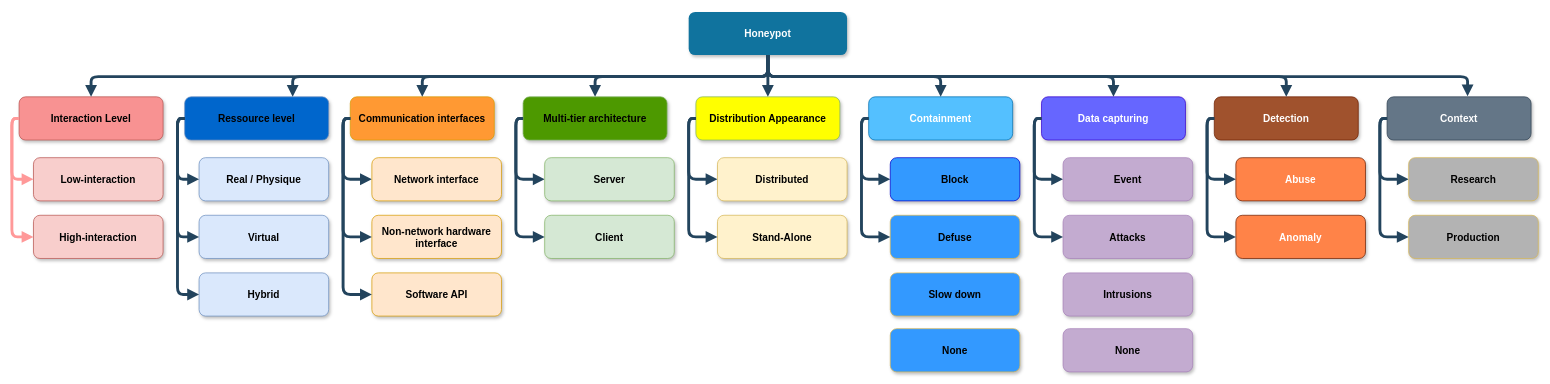
This is IMAGES/Honeypot-Characteristics.drawio from cetic/honeypot, a draw.io file, before an edit. Source tidied: cells renumbered, new cells numbered last; positions are measured from the earlier drawing's top-left corner, leaving out a move shared by most shapes. Both pictures are drawn from the tidied source at 72%, with x=0, y=0 at pixel (-68, 12).
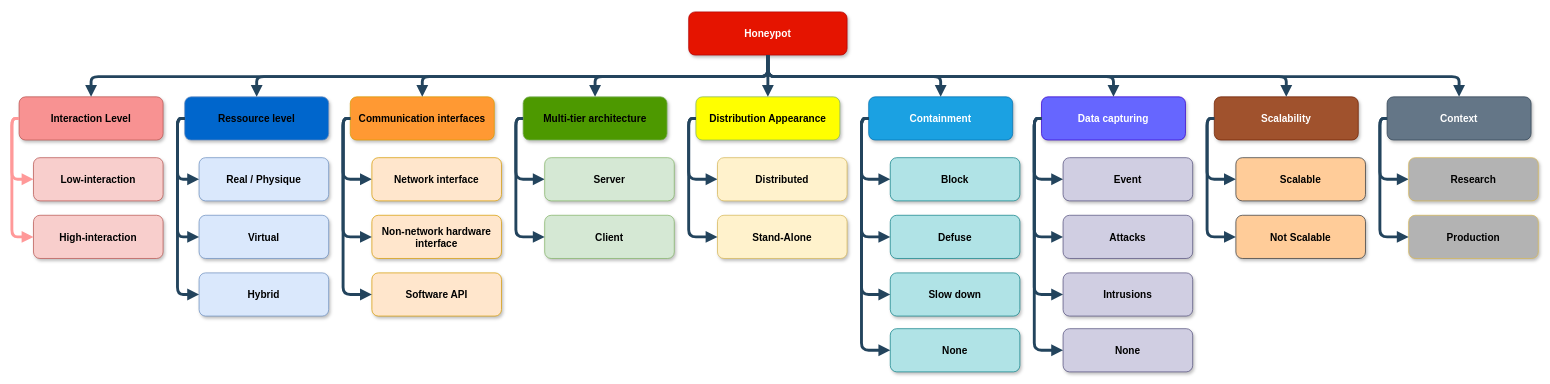
Above is the later version.

Unchanged cells that the change refers to:
```xml
<mxCell id="4" value="Ressource level" style="rounded=1;fillColor=#0066CC;strokeColor=#6c8ebf;shadow=1;fontStyle=1;fontSize=14;" parent="1" vertex="1">
  <mxGeometry x="350" y="118" width="200" height="60" as="geometry" />
</mxCell>
<mxCell id="42" value="Data capturing " style="rounded=1;fillColor=#6666FF;strokeColor=#3700CC;shadow=1;fontStyle=1;fontSize=14;fontColor=#ffffff;" parent="1" vertex="1">
  <mxGeometry x="1540" y="118" width="200" height="60" as="geometry" />
</mxCell>
<mxCell id="52" value="Context" style="rounded=1;fillColor=#647687;strokeColor=#314354;shadow=1;fontStyle=1;fontSize=14;fontColor=#ffffff;" parent="1" vertex="1">
  <mxGeometry x="2020" y="118" width="200" height="60" as="geometry" />
</mxCell>
```

Change to the diagram source:
```diff
@@
-    <mxCell id="2" value="Honeypot" style="rounded=1;fillColor=#10739E;strokeColor=none;shadow=1;gradientColor=none;fontStyle=1;fontColor=#FFFFFF;fontSize=14;" parent="1" vertex="1">
+    <mxCell id="2" value="Honeypot" style="rounded=1;fillColor=#e51400;strokeColor=#B20000;shadow=1;fontStyle=1;fontColor=#ffffff;fontSize=14;" parent="1" vertex="1">
       <mxGeometry x="1050" width="220" height="60" as="geometry" />
     </mxCell>
@@
-    <mxCell id="8" style="edgeStyle=elbowEdgeStyle;elbow=vertical;strokeWidth=4;endArrow=block;endFill=1;fontStyle=1;strokeColor=#23445D;" parent="1" edge="1" source="2" target="4">
+    <mxCell id="8" style="edgeStyle=elbowEdgeStyle;elbow=vertical;strokeWidth=4;endArrow=block;endFill=1;fontStyle=1;strokeColor=#23445D;entryX=0.5;entryY=0;entryDx=0;entryDy=0;" parent="1" edge="1" source="2" target="4">
       <mxGeometry x="22" y="165.5" as="geometry">
         <Array as="points">
           <mxPoint x="500" y="90" />
           <mxPoint x="560" y="80" />
         </Array>
       </mxGeometry>
     </mxCell>
@@
-    <mxCell id="37" value="Containment" style="rounded=1;fillColor=#54C0FF;strokeColor=#006EAF;shadow=1;fontStyle=1;fontSize=14;fontColor=#ffffff;" parent="1" vertex="1">
+    <mxCell id="37" value="Containment" style="rounded=1;fillColor=#1ba1e2;strokeColor=#006EAF;shadow=1;fontStyle=1;fontSize=14;fontColor=#ffffff;" parent="1" vertex="1">
       <mxGeometry x="1300" y="118" width="200" height="60" as="geometry" />
     </mxCell>
-    <mxCell id="38" value="Defuse" style="rounded=1;fillColor=#3399FF;strokeColor=#d6b656;shadow=1;fontStyle=1;fontSize=14;" parent="1" vertex="1">
+    <mxCell id="38" value="Defuse" style="rounded=1;fillColor=#b0e3e6;strokeColor=#0e8088;shadow=1;fontStyle=1;fontSize=14;" parent="1" vertex="1">
       <mxGeometry x="1330" y="282.5" width="180" height="60" as="geometry" />
     </mxCell>
@@
-    <mxCell id="40" value="Block" style="rounded=1;fillColor=#3399FF;strokeColor=#0000CC;shadow=1;fontStyle=1;fontSize=14;" parent="1" vertex="1">
+    <mxCell id="40" value="Block" style="rounded=1;fillColor=#b0e3e6;strokeColor=#0e8088;shadow=1;fontStyle=1;fontSize=14;" parent="1" vertex="1">
       <mxGeometry x="1330" y="202.5" width="180" height="60" as="geometry" />
     </mxCell>
@@
-    <mxCell id="43" value="Attacks" style="rounded=1;fillColor=#C3ABD0;strokeColor=#A680B8;shadow=1;fontStyle=1;fontSize=14;" parent="1" vertex="1">
+    <mxCell id="43" value="Attacks" style="rounded=1;fillColor=#d0cee2;strokeColor=#56517e;shadow=1;fontStyle=1;fontSize=14;" parent="1" vertex="1">
       <mxGeometry x="1570" y="282.5" width="180" height="60" as="geometry" />
     </mxCell>
@@
-    <mxCell id="45" value="Event" style="rounded=1;fillColor=#C3ABD0;strokeColor=#A680B8;shadow=1;fontStyle=1;fontSize=14;" parent="1" vertex="1">
+    <mxCell id="45" value="Event" style="rounded=1;fillColor=#d0cee2;strokeColor=#56517e;shadow=1;fontStyle=1;fontSize=14;" parent="1" vertex="1">
       <mxGeometry x="1570" y="202.5" width="180" height="60" as="geometry" />
     </mxCell>
@@
-    <mxCell id="47" value="Detection" style="rounded=1;fillColor=#a0522d;strokeColor=#6D1F00;shadow=1;fontStyle=1;fontSize=14;fontColor=#ffffff;" parent="1" vertex="1">
+    <mxCell id="47" value="Scalability" style="rounded=1;fillColor=#a0522d;strokeColor=#6D1F00;shadow=1;fontStyle=1;fontSize=14;fontColor=#ffffff;" parent="1" vertex="1">
       <mxGeometry x="1780" y="118" width="200" height="60" as="geometry" />
     </mxCell>
-    <mxCell id="48" value="Anomaly" style="rounded=1;fillColor=#FF8348;strokeColor=#6D1F00;shadow=1;fontStyle=1;fontSize=14;fontColor=#ffffff;" parent="1" vertex="1">
+    <mxCell id="48" value="Not Scalable" style="rounded=1;fillColor=#ffcc99;strokeColor=#36393d;shadow=1;fontStyle=1;fontSize=14;" parent="1" vertex="1">
       <mxGeometry x="1810" y="282.5" width="180" height="60" as="geometry" />
     </mxCell>
@@
-    <mxCell id="50" value="Abuse" style="rounded=1;fillColor=#FF8348;strokeColor=#6D1F00;shadow=1;fontStyle=1;fontSize=14;fontColor=#ffffff;" parent="1" vertex="1">
+    <mxCell id="50" value="Scalable" style="rounded=1;fillColor=#ffcc99;strokeColor=#36393d;shadow=1;fontStyle=1;fontSize=14;" parent="1" vertex="1">
       <mxGeometry x="1810" y="202.5" width="180" height="60" as="geometry" />
     </mxCell>
@@
-    <mxCell id="57" value="Slow down" style="rounded=1;fillColor=#3399FF;strokeColor=#d6b656;shadow=1;fontStyle=1;fontSize=14;" parent="1" vertex="1">
+    <mxCell id="57" value="Slow down" style="rounded=1;fillColor=#b0e3e6;strokeColor=#0e8088;shadow=1;fontStyle=1;fontSize=14;" parent="1" vertex="1">
       <mxGeometry x="1330" y="362.5" width="180" height="60" as="geometry" />
     </mxCell>
-    <mxCell id="58" value="None" style="rounded=1;fillColor=#3399FF;strokeColor=#d6b656;shadow=1;fontStyle=1;fontSize=14;" parent="1" vertex="1">
+    <mxCell id="58" value="None" style="rounded=1;fillColor=#b0e3e6;strokeColor=#0e8088;shadow=1;fontStyle=1;fontSize=14;" parent="1" vertex="1">
       <mxGeometry x="1330" y="440" width="180" height="60" as="geometry" />
     </mxCell>
-    <mxCell id="59" value="Intrusions" style="rounded=1;fillColor=#C3ABD0;strokeColor=#A680B8;shadow=1;fontStyle=1;fontSize=14;" parent="1" vertex="1">
+    <mxCell id="59" value="Intrusions" style="rounded=1;fillColor=#d0cee2;strokeColor=#56517e;shadow=1;fontStyle=1;fontSize=14;" parent="1" vertex="1">
       <mxGeometry x="1570" y="362.5" width="180" height="60" as="geometry" />
     </mxCell>
-    <mxCell id="60" value="None" style="rounded=1;fillColor=#C3ABD0;strokeColor=#A680B8;shadow=1;fontStyle=1;fontSize=14;" parent="1" vertex="1">
+    <mxCell id="60" value="None" style="rounded=1;fillColor=#d0cee2;strokeColor=#56517e;shadow=1;fontStyle=1;fontSize=14;" parent="1" vertex="1">
       <mxGeometry x="1570" y="440" width="180" height="60" as="geometry" />
     </mxCell>
@@
-    <mxCell id="64" style="edgeStyle=elbowEdgeStyle;elbow=vertical;strokeWidth=4;endArrow=block;endFill=1;fontStyle=1;strokeColor=#23445D;entryX=0.559;entryY=-0.013;entryDx=0;entryDy=0;exitX=0.5;exitY=1;exitDx=0;exitDy=0;entryPerimeter=0;" parent="1" edge="1" source="2" target="52">
+    <mxCell id="64" style="edgeStyle=elbowEdgeStyle;elbow=vertical;strokeWidth=4;endArrow=block;endFill=1;fontStyle=1;strokeColor=#23445D;entryX=0.5;entryY=0;entryDx=0;entryDy=0;exitX=0.5;exitY=1;exitDx=0;exitDy=0;" parent="1" edge="1" source="2" target="52">
       <mxGeometry x="82" y="225.5" as="geometry">
         <Array as="points">
           <mxPoint x="1580" y="90" />
           <mxPoint x="1250" y="120" />
           <mxPoint x="1000" y="150" />
           <mxPoint x="910" y="140" />
         </Array>
       </mxGeometry>
     </mxCell>
+    <mxCell id="65" style="edgeStyle=elbowEdgeStyle;elbow=vertical;strokeWidth=4;endArrow=block;endFill=1;fontStyle=1;strokeColor=#23445D;exitX=0;exitY=0.5;exitDx=0;exitDy=0;entryX=0;entryY=0.5;entryDx=0;entryDy=0;" parent="1" edge="1" source="42" target="59">
+      <mxGeometry x="832" y="248" as="geometry">
+        <Array as="points">
+          <mxPoint x="1530" y="300" />
+          <mxPoint x="1540" y="282.5" />
+          <mxPoint x="1550" y="202.5" />
+          <mxPoint x="1310" y="312.5" />
+          <mxPoint x="1340" y="232.5" />
+          <mxPoint x="1350" y="232.5" />
+          <mxPoint x="1340" y="272.5" />
+          <mxPoint x="1020" y="292.5" />
+        </Array>
+      </mxGeometry>
+    </mxCell>
+    <mxCell id="66" style="edgeStyle=elbowEdgeStyle;elbow=vertical;strokeWidth=4;endArrow=block;endFill=1;fontStyle=1;strokeColor=#23445D;exitX=0;exitY=0.5;exitDx=0;exitDy=0;entryX=0;entryY=0.5;entryDx=0;entryDy=0;" parent="1" edge="1" source="42" target="60">
+      <mxGeometry x="842" y="258" as="geometry">
+        <Array as="points">
+          <mxPoint x="1530" y="350" />
+          <mxPoint x="1540" y="310" />
+          <mxPoint x="1550" y="292.5" />
+          <mxPoint x="1560" y="212.5" />
+          <mxPoint x="1320" y="322.5" />
+          <mxPoint x="1350" y="242.5" />
+          <mxPoint x="1360" y="242.5" />
+          <mxPoint x="1350" y="282.5" />
+          <mxPoint x="1030" y="302.5" />
+        </Array>
+      </mxGeometry>
+    </mxCell>
+    <mxCell id="67" style="edgeStyle=elbowEdgeStyle;elbow=vertical;strokeWidth=4;endArrow=block;endFill=1;fontStyle=1;strokeColor=#23445D;exitX=0;exitY=0.5;exitDx=0;exitDy=0;entryX=0;entryY=0.5;entryDx=0;entryDy=0;" parent="1" edge="1" source="37" target="57">
+      <mxGeometry x="592" y="248" as="geometry">
+        <Array as="points">
+          <mxPoint x="1290" y="310" />
+          <mxPoint x="1300" y="282.5" />
+          <mxPoint x="1310" y="202.5" />
+          <mxPoint x="1070" y="312.5" />
+          <mxPoint x="1100" y="232.5" />
+          <mxPoint x="1110" y="232.5" />
+          <mxPoint x="1100" y="272.5" />
+          <mxPoint x="780" y="292.5" />
+        </Array>
+      </mxGeometry>
+    </mxCell>
+    <mxCell id="68" style="edgeStyle=elbowEdgeStyle;elbow=vertical;strokeWidth=4;endArrow=block;endFill=1;fontStyle=1;strokeColor=#23445D;exitX=0;exitY=0.5;exitDx=0;exitDy=0;entryX=0;entryY=0.5;entryDx=0;entryDy=0;" parent="1" edge="1" source="37" target="58">
+      <mxGeometry x="602" y="258" as="geometry">
+        <Array as="points">
+          <mxPoint x="1290" y="370" />
+          <mxPoint x="1300" y="320" />
+          <mxPoint x="1310" y="292.5" />
+          <mxPoint x="1320" y="212.5" />
+          <mxPoint x="1080" y="322.5" />
+          <mxPoint x="1110" y="242.5" />
+          <mxPoint x="1120" y="242.5" />
+          <mxPoint x="1110" y="282.5" />
+          <mxPoint x="790" y="302.5" />
+        </Array>
+      </mxGeometry>
+    </mxCell>
```
